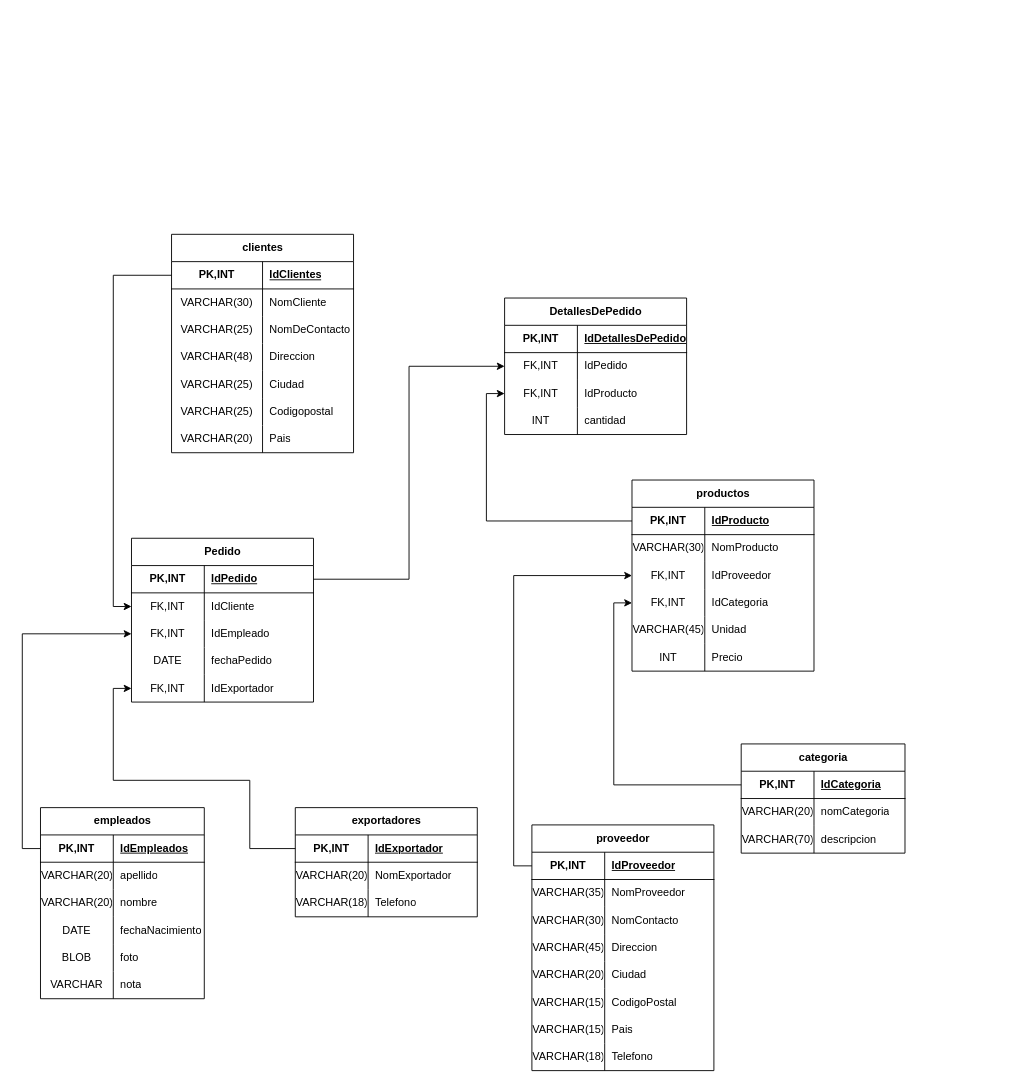
This is Diagrama sin título.drawio from JOSSEyela/practica-final, a draw.io file, before an edit. Source tidied: cells renumbered, new cells numbered last; positions are measured from the earlier drawing's top-left corner, leaving out a move shared by most shapes. Both pictures are drawn from the tidied source at 91%, with x=0, y=0 at pixel (40, 234).
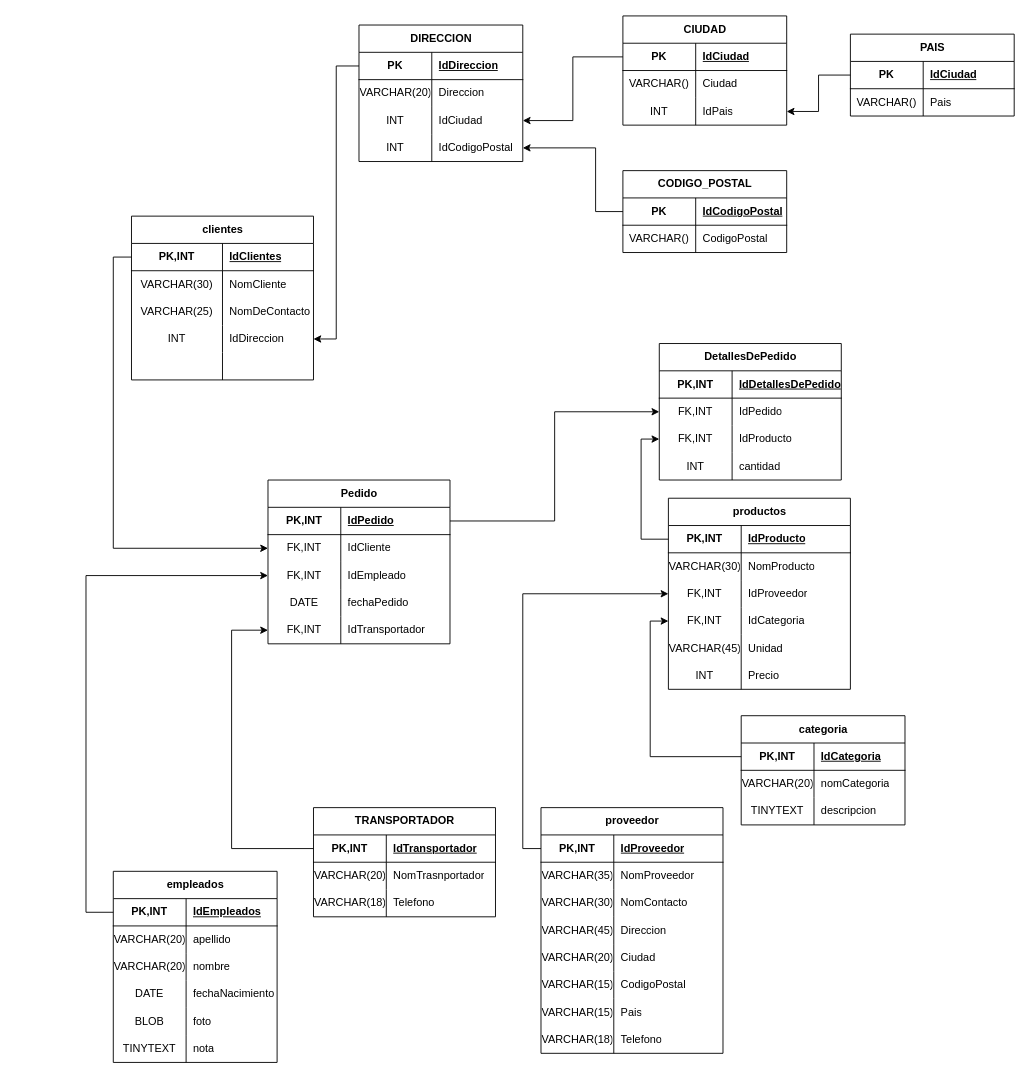
After the change.

The change refers to these unchanged cells:
```xml
<mxCell id="12" style="shape=tableRow;horizontal=0;startSize=0;swimlaneHead=0;swimlaneBody=0;fillColor=none;points=[[0,0.5],[1,0.5]];portConstraint=eastwest;top=0;left=0;right=0;bottom=0;" parent="2" vertex="1">
  <mxGeometry y="120" width="200" height="30" as="geometry" />
</mxCell>
<mxCell id="15" style="shape=tableRow;horizontal=0;startSize=0;swimlaneHead=0;swimlaneBody=0;fillColor=none;top=0;left=0;right=0;bottom=0;" parent="2" vertex="1">
  <mxGeometry y="150" width="200" height="30" as="geometry" />
</mxCell>
<mxCell id="31" style="shape=tableRow;horizontal=0;startSize=0;swimlaneHead=0;swimlaneBody=0;fillColor=none;top=0;left=0;right=0;bottom=0;" parent="24" vertex="1">
  <mxGeometry y="90" width="180" height="30" as="geometry" />
</mxCell>
<mxCell id="35" style="shape=tableRow;horizontal=0;startSize=0;swimlaneHead=0;swimlaneBody=0;fillColor=none;points=[[0,0.5],[1,0.5]];portConstraint=eastwest;top=0;left=0;right=0;bottom=1;" parent="34" vertex="1">
  <mxGeometry y="30" width="180" height="30" as="geometry" />
</mxCell>
<mxCell id="50" style="shape=tableRow;horizontal=0;startSize=0;swimlaneHead=0;swimlaneBody=0;fillColor=none;top=0;left=0;right=0;bottom=0;" parent="34" vertex="1">
  <mxGeometry y="180" width="180" height="30" as="geometry" />
</mxCell>
<mxCell id="73" style="shape=tableRow;horizontal=0;startSize=0;swimlaneHead=0;swimlaneBody=0;fillColor=none;points=[[0,0.5],[1,0.5]];portConstraint=eastwest;top=0;left=0;right=0;bottom=0;" parent="66" vertex="1">
  <mxGeometry y="90" width="200" height="30" as="geometry" />
</mxCell>
<mxCell id="79" style="shape=tableRow;horizontal=0;startSize=0;swimlaneHead=0;swimlaneBody=0;fillColor=none;points=[[0,0.5],[1,0.5]];portConstraint=eastwest;top=0;left=0;right=0;bottom=0;" parent="66" vertex="1">
  <mxGeometry y="150" width="200" height="30" as="geometry" />
</mxCell>
<mxCell id="102" style="shape=tableRow;horizontal=0;startSize=0;swimlaneHead=0;swimlaneBody=0;fillColor=none;points=[[0,0.5],[1,0.5]];portConstraint=eastwest;top=0;left=0;right=0;bottom=1;" parent="101" vertex="1">
  <mxGeometry y="30" width="200" height="30" as="geometry" />
</mxCell>
<mxCell id="105" style="shape=tableRow;horizontal=0;startSize=0;swimlaneHead=0;swimlaneBody=0;fillColor=none;top=0;left=0;right=0;bottom=0;" parent="101" vertex="1">
  <mxGeometry y="60" width="200" height="30" as="geometry" />
</mxCell>
```

What changed in the source:
```diff
@@
     <mxCell id="2" value="clientes" style="shape=table;startSize=30;childLayout=tableLayout;rowLines=0;fontStyle=1;align=center;html=1;" parent="1" vertex="1">
-      <mxGeometry x="144" width="200" height="240" as="geometry" />
+      <mxGeometry x="100" y="-20" width="200" height="180" as="geometry" />
     </mxCell>
@@
-    <mxCell id="13" value="VARCHAR(48)" style="shape=partialRectangle;fillColor=none;top=0;left=0;bottom=0;right=0;overflow=hidden;whiteSpace=wrap;html=1;" parent="12" vertex="1">
+    <mxCell id="13" value="INT" style="shape=partialRectangle;fillColor=none;top=0;left=0;bottom=0;right=0;overflow=hidden;whiteSpace=wrap;html=1;" parent="12" vertex="1">
       <mxGeometry width="100" height="30" as="geometry" />
     </mxCell>
-    <mxCell id="14" value="Direccion" style="shape=partialRectangle;fillColor=none;top=0;left=0;bottom=0;right=0;align=left;spacingLeft=6;overflow=hidden;whiteSpace=wrap;html=1;" parent="12" vertex="1">
+    <mxCell id="14" value="IdDireccion" style="shape=partialRectangle;fillColor=none;top=0;left=0;bottom=0;right=0;align=left;spacingLeft=6;overflow=hidden;whiteSpace=wrap;html=1;" parent="12" vertex="1">
       <mxGeometry x="100" width="100" height="30" as="geometry" />
     </mxCell>
@@
-    <mxCell id="16" value="VARCHAR(25)" style="shape=partialRectangle;fillColor=none;top=0;left=0;bottom=0;right=0;overflow=hidden;whiteSpace=wrap;html=1;" parent="15" vertex="1">
+    <mxCell id="16" style="shape=partialRectangle;fillColor=none;top=0;left=0;bottom=0;right=0;overflow=hidden;whiteSpace=wrap;html=1;" parent="15" vertex="1">
       <mxGeometry width="100" height="30" as="geometry" />
     </mxCell>
-    <mxCell id="17" value="Ciudad" style="shape=partialRectangle;fillColor=none;top=0;left=0;bottom=0;right=0;align=left;spacingLeft=6;overflow=hidden;whiteSpace=wrap;html=1;" parent="15" vertex="1">
+    <mxCell id="17" style="shape=partialRectangle;fillColor=none;top=0;left=0;bottom=0;right=0;align=left;spacingLeft=6;overflow=hidden;whiteSpace=wrap;html=1;" parent="15" vertex="1">
       <mxGeometry x="100" width="100" height="30" as="geometry" />
     </mxCell>
-    <mxCell id="18" style="shape=tableRow;horizontal=0;startSize=0;swimlaneHead=0;swimlaneBody=0;fillColor=none;top=0;left=0;right=0;bottom=0;" parent="2" vertex="1">
-      <mxGeometry y="180" width="200" height="30" as="geometry" />
-    </mxCell>
-    <mxCell id="19" value="VARCHAR(25)" style="shape=partialRectangle;fillColor=none;top=0;left=0;bottom=0;right=0;overflow=hidden;whiteSpace=wrap;html=1;" parent="18" vertex="1">
-      <mxGeometry width="100" height="30" as="geometry" />
-    </mxCell>
-    <mxCell id="20" value="Codigopostal" style="shape=partialRectangle;fillColor=none;top=0;left=0;bottom=0;right=0;align=left;spacingLeft=6;overflow=hidden;whiteSpace=wrap;html=1;" parent="18" vertex="1">
-      <mxGeometry x="100" width="100" height="30" as="geometry" />
-    </mxCell>
-    <mxCell id="21" style="shape=tableRow;horizontal=0;startSize=0;swimlaneHead=0;swimlaneBody=0;fillColor=none;top=0;left=0;right=0;bottom=0;" parent="2" vertex="1">
-      <mxGeometry y="210" width="200" height="30" as="geometry" />
-    </mxCell>
-    <mxCell id="22" value="VARCHAR(20)" style="shape=partialRectangle;fillColor=none;top=0;left=0;bottom=0;right=0;overflow=hidden;whiteSpace=wrap;html=1;" parent="21" vertex="1">
-      <mxGeometry width="100" height="30" as="geometry" />
-    </mxCell>
-    <mxCell id="23" value="Pais" style="shape=partialRectangle;fillColor=none;top=0;left=0;bottom=0;right=0;align=left;spacingLeft=6;overflow=hidden;whiteSpace=wrap;html=1;" parent="21" vertex="1">
-      <mxGeometry x="100" width="100" height="30" as="geometry" />
-    </mxCell>
     <mxCell id="24" value="categoria" style="shape=table;startSize=30;childLayout=tableLayout;rowLines=0;fontStyle=1;align=center;html=1;" parent="1" vertex="1">
-      <mxGeometry x="770" y="560" width="180" height="120" as="geometry" />
+      <mxGeometry x="770" y="529" width="180" height="120" as="geometry" />
     </mxCell>
@@
-    <mxCell id="32" value="VARCHAR(70)" style="shape=partialRectangle;fillColor=none;top=0;left=0;bottom=0;right=0;overflow=hidden;whiteSpace=wrap;html=1;" parent="31" vertex="1">
+    <mxCell id="32" value="TINYTEXT" style="shape=partialRectangle;fillColor=none;top=0;left=0;bottom=0;right=0;overflow=hidden;whiteSpace=wrap;html=1;" parent="31" vertex="1">
       <mxGeometry width="80" height="30" as="geometry" />
     </mxCell>
@@
     <mxCell id="34" value="empleados" style="shape=table;startSize=30;childLayout=tableLayout;rowLines=0;fontStyle=1;align=center;html=1;" parent="1" vertex="1">
-      <mxGeometry y="630" width="180" height="210" as="geometry" />
+      <mxGeometry x="80" y="700" width="180" height="210" as="geometry" />
     </mxCell>
@@
-    <mxCell id="51" value="VARCHAR" style="shape=partialRectangle;fillColor=none;top=0;left=0;bottom=0;right=0;overflow=hidden;whiteSpace=wrap;html=1;" parent="50" vertex="1">
+    <mxCell id="51" value="TINYTEXT" style="shape=partialRectangle;fillColor=none;top=0;left=0;bottom=0;right=0;overflow=hidden;whiteSpace=wrap;html=1;" parent="50" vertex="1">
       <mxGeometry width="80" height="30" as="geometry" />
     </mxCell>
@@
     <mxCell id="53" value="DetallesDePedido" style="shape=table;startSize=30;childLayout=tableLayout;rowLines=0;fontStyle=1;align=center;html=1;" parent="1" vertex="1">
-      <mxGeometry x="510" y="70" width="200" height="150" as="geometry" />
+      <mxGeometry x="680" y="120" width="200" height="150" as="geometry" />
     </mxCell>
@@
     <mxCell id="66" value="Pedido" style="shape=table;startSize=30;childLayout=tableLayout;rowLines=0;fontStyle=1;align=center;html=1;" parent="1" vertex="1">
-      <mxGeometry x="100" y="334" width="200" height="180" as="geometry" />
+      <mxGeometry x="250" y="270" width="200" height="180" as="geometry" />
     </mxCell>
@@
-    <mxCell id="81" value="IdExportador" style="shape=partialRectangle;fillColor=none;top=0;left=0;bottom=0;right=0;align=left;spacingLeft=6;overflow=hidden;whiteSpace=wrap;html=1;" parent="79" vertex="1">
+    <mxCell id="81" value="IdTransportador" style="shape=partialRectangle;fillColor=none;top=0;left=0;bottom=0;right=0;align=left;spacingLeft=6;overflow=hidden;whiteSpace=wrap;html=1;" parent="79" vertex="1">
       <mxGeometry x="80" width="120" height="30" as="geometry" />
     </mxCell>
     <mxCell id="82" value="productos" style="shape=table;startSize=30;childLayout=tableLayout;rowLines=0;fontStyle=1;align=center;html=1;" parent="1" vertex="1">
-      <mxGeometry x="650" y="270" width="200" height="210" as="geometry" />
+      <mxGeometry x="690" y="290" width="200" height="210" as="geometry" />
     </mxCell>
@@
-    <mxCell id="101" value="exportadores" style="shape=table;startSize=30;childLayout=tableLayout;rowLines=0;fontStyle=1;align=center;html=1;" parent="1" vertex="1">
-      <mxGeometry x="280" y="630" width="200" height="120" as="geometry" />
+    <mxCell id="101" value="TRANSPORTADOR" style="shape=table;startSize=30;childLayout=tableLayout;rowLines=0;fontStyle=1;align=center;html=1;" parent="1" vertex="1">
+      <mxGeometry x="300" y="630" width="200" height="120" as="geometry" />
     </mxCell>
@@
-    <mxCell id="104" value="IdExportador" style="shape=partialRectangle;fillColor=none;top=0;left=0;bottom=0;right=0;align=left;spacingLeft=6;fontStyle=5;overflow=hidden;whiteSpace=wrap;html=1;" parent="102" vertex="1">
+    <mxCell id="104" value="IdTransportador" style="shape=partialRectangle;fillColor=none;top=0;left=0;bottom=0;right=0;align=left;spacingLeft=6;fontStyle=5;overflow=hidden;whiteSpace=wrap;html=1;" parent="102" vertex="1">
       <mxGeometry x="80" width="120" height="30" as="geometry" />
     </mxCell>
@@
-    <mxCell id="107" value="NomExportador" style="shape=partialRectangle;fillColor=none;top=0;left=0;bottom=0;right=0;align=left;spacingLeft=6;overflow=hidden;whiteSpace=wrap;html=1;" parent="105" vertex="1">
+    <mxCell id="107" value="NomTrasnportador" style="shape=partialRectangle;fillColor=none;top=0;left=0;bottom=0;right=0;align=left;spacingLeft=6;overflow=hidden;whiteSpace=wrap;html=1;" parent="105" vertex="1">
       <mxGeometry x="80" width="120" height="30" as="geometry" />
     </mxCell>
@@
     <mxCell id="111" value="proveedor" style="shape=table;startSize=30;childLayout=tableLayout;rowLines=0;fontStyle=1;align=center;html=1;" parent="1" vertex="1">
-      <mxGeometry x="540" y="649" width="200" height="270" as="geometry" />
+      <mxGeometry x="550" y="630" width="200" height="270" as="geometry" />
     </mxCell>
@@
     <mxCell id="137" style="edgeStyle=orthogonalEdgeStyle;rounded=0;jettySize=auto;html=1;exitX=0;exitY=0.5;exitDx=0;exitDy=0;entryX=0;entryY=0.5;entryDx=0;entryDy=0;" parent="1" edge="1" source="35" target="73">
-      <mxGeometry relative="1" as="geometry" />
+      <mxGeometry relative="1" as="geometry">
+        <Array as="points">
+          <mxPoint x="50" y="745" />
+          <mxPoint x="50" y="375" />
+        </Array>
+      </mxGeometry>
     </mxCell>
     <mxCell id="138" style="edgeStyle=orthogonalEdgeStyle;rounded=0;jettySize=auto;html=1;exitX=0;exitY=0.5;exitDx=0;exitDy=0;entryX=0;entryY=0.5;entryDx=0;entryDy=0;" parent="1" edge="1" source="102" target="79">
       <mxGeometry relative="1" as="geometry">
         <Array as="points">
-          <mxPoint x="230" y="675" />
-          <mxPoint x="230" y="600" />
-          <mxPoint x="80" y="600" />
-          <mxPoint x="80" y="499" />
+          <mxPoint x="210" y="675" />
+          <mxPoint x="210" y="435" />
         </Array>
       </mxGeometry>
     </mxCell>
@@
+    <mxCell id="143" value="CIUDAD" style="shape=table;startSize=30;childLayout=tableLayout;rowLines=0;fontStyle=1;align=center;html=1;" parent="1" vertex="1">
+      <mxGeometry x="640" y="-240" width="180" height="120" as="geometry" />
+    </mxCell>
+    <mxCell id="144" style="shape=tableRow;horizontal=0;startSize=0;swimlaneHead=0;swimlaneBody=0;fillColor=none;points=[[0,0.5],[1,0.5]];portConstraint=eastwest;top=0;left=0;right=0;bottom=1;" parent="143" vertex="1">
+      <mxGeometry y="30" width="180" height="30" as="geometry" />
+    </mxCell>
+    <mxCell id="145" value="PK" style="shape=partialRectangle;fillColor=none;top=0;left=0;bottom=0;right=0;fontStyle=1;overflow=hidden;whiteSpace=wrap;html=1;" parent="144" vertex="1">
+      <mxGeometry width="80" height="30" as="geometry" />
+    </mxCell>
+    <mxCell id="146" value="IdCiudad" style="shape=partialRectangle;fillColor=none;top=0;left=0;bottom=0;right=0;align=left;spacingLeft=6;fontStyle=5;overflow=hidden;whiteSpace=wrap;html=1;" parent="144" vertex="1">
+      <mxGeometry x="80" width="100" height="30" as="geometry" />
+    </mxCell>
+    <mxCell id="147" style="shape=tableRow;horizontal=0;startSize=0;swimlaneHead=0;swimlaneBody=0;fillColor=none;top=0;left=0;right=0;bottom=0;" parent="143" vertex="1">
+      <mxGeometry y="60" width="180" height="30" as="geometry" />
+    </mxCell>
+    <mxCell id="148" value="VARCHAR()" style="shape=partialRectangle;fillColor=none;top=0;left=0;bottom=0;right=0;overflow=hidden;whiteSpace=wrap;html=1;" parent="147" vertex="1">
+      <mxGeometry width="80" height="30" as="geometry" />
+    </mxCell>
+    <mxCell id="149" value="Ciudad" style="shape=partialRectangle;fillColor=none;top=0;left=0;bottom=0;right=0;align=left;spacingLeft=6;overflow=hidden;whiteSpace=wrap;html=1;" parent="147" vertex="1">
+      <mxGeometry x="80" width="100" height="30" as="geometry" />
+    </mxCell>
+    <mxCell id="150" style="shape=tableRow;horizontal=0;startSize=0;swimlaneHead=0;swimlaneBody=0;fillColor=none;points=[[0,0.5],[1,0.5]];portConstraint=eastwest;top=0;left=0;right=0;bottom=0;" parent="143" vertex="1">
+      <mxGeometry y="90" width="180" height="30" as="geometry" />
+    </mxCell>
+    <mxCell id="151" value="INT" style="shape=partialRectangle;fillColor=none;top=0;left=0;bottom=0;right=0;overflow=hidden;whiteSpace=wrap;html=1;" parent="150" vertex="1">
+      <mxGeometry width="80" height="30" as="geometry" />
+    </mxCell>
+    <mxCell id="152" value="IdPais" style="shape=partialRectangle;fillColor=none;top=0;left=0;bottom=0;right=0;align=left;spacingLeft=6;overflow=hidden;whiteSpace=wrap;html=1;" parent="150" vertex="1">
+      <mxGeometry x="80" width="100" height="30" as="geometry" />
+    </mxCell>
+    <mxCell id="153" style="edgeStyle=orthogonalEdgeStyle;rounded=0;jettySize=auto;html=1;entryX=1;entryY=0.5;entryDx=0;entryDy=0;" parent="1" edge="1" source="154" target="150">
+      <mxGeometry relative="1" as="geometry" />
+    </mxCell>
+    <mxCell id="154" value="PAIS" style="shape=table;startSize=30;childLayout=tableLayout;rowLines=0;fontStyle=1;align=center;html=1;" parent="1" vertex="1">
+      <mxGeometry x="890" y="-220" width="180" height="90" as="geometry" />
+    </mxCell>
+    <mxCell id="155" style="shape=tableRow;horizontal=0;startSize=0;swimlaneHead=0;swimlaneBody=0;fillColor=none;top=0;left=0;right=0;bottom=1;" parent="154" vertex="1">
+      <mxGeometry y="30" width="180" height="30" as="geometry" />
+    </mxCell>
+    <mxCell id="156" value="PK" style="shape=partialRectangle;fillColor=none;top=0;left=0;bottom=0;right=0;fontStyle=1;overflow=hidden;whiteSpace=wrap;html=1;" parent="155" vertex="1">
+      <mxGeometry width="80" height="30" as="geometry" />
+    </mxCell>
+    <mxCell id="157" value="IdCiudad" style="shape=partialRectangle;fillColor=none;top=0;left=0;bottom=0;right=0;align=left;spacingLeft=6;fontStyle=5;overflow=hidden;whiteSpace=wrap;html=1;" parent="155" vertex="1">
+      <mxGeometry x="80" width="100" height="30" as="geometry" />
+    </mxCell>
+    <mxCell id="158" style="shape=tableRow;horizontal=0;startSize=0;swimlaneHead=0;swimlaneBody=0;fillColor=none;top=0;left=0;right=0;bottom=0;" parent="154" vertex="1">
+      <mxGeometry y="60" width="180" height="30" as="geometry" />
+    </mxCell>
+    <mxCell id="159" value="VARCHAR()" style="shape=partialRectangle;fillColor=none;top=0;left=0;bottom=0;right=0;overflow=hidden;whiteSpace=wrap;html=1;" parent="158" vertex="1">
+      <mxGeometry width="80" height="30" as="geometry" />
+    </mxCell>
+    <mxCell id="23" value="Pais" style="shape=partialRectangle;fillColor=none;top=0;left=0;bottom=0;right=0;align=left;spacingLeft=6;overflow=hidden;whiteSpace=wrap;html=1;" parent="158" vertex="1">
+      <mxGeometry x="80" width="100" height="30" as="geometry" />
+    </mxCell>
+    <mxCell id="160" value="DIRECCION" style="shape=table;startSize=30;childLayout=tableLayout;rowLines=0;fontStyle=1;align=center;html=1;" parent="1" vertex="1">
+      <mxGeometry x="350" y="-230" width="180" height="150" as="geometry" />
+    </mxCell>
+    <mxCell id="161" style="shape=tableRow;horizontal=0;startSize=0;swimlaneHead=0;swimlaneBody=0;fillColor=none;points=[[0,0.5],[1,0.5]];portConstraint=eastwest;top=0;left=0;right=0;bottom=1;" parent="160" vertex="1">
+      <mxGeometry y="30" width="180" height="30" as="geometry" />
+    </mxCell>
+    <mxCell id="162" value="PK" style="shape=partialRectangle;fillColor=none;top=0;left=0;bottom=0;right=0;fontStyle=1;overflow=hidden;whiteSpace=wrap;html=1;" parent="161" vertex="1">
+      <mxGeometry width="80" height="30" as="geometry" />
+    </mxCell>
+    <mxCell id="163" value="IdDireccion" style="shape=partialRectangle;fillColor=none;top=0;left=0;bottom=0;right=0;align=left;spacingLeft=6;fontStyle=5;overflow=hidden;whiteSpace=wrap;html=1;" parent="161" vertex="1">
+      <mxGeometry x="80" width="100" height="30" as="geometry" />
+    </mxCell>
+    <mxCell id="164" style="shape=tableRow;horizontal=0;startSize=0;swimlaneHead=0;swimlaneBody=0;fillColor=none;top=0;left=0;right=0;bottom=0;" parent="160" vertex="1">
+      <mxGeometry y="60" width="180" height="30" as="geometry" />
+    </mxCell>
+    <mxCell id="22" value="VARCHAR(20)" style="shape=partialRectangle;fillColor=none;top=0;left=0;bottom=0;right=0;overflow=hidden;whiteSpace=wrap;html=1;" parent="164" vertex="1">
+      <mxGeometry width="80" height="30" as="geometry" />
+    </mxCell>
+    <mxCell id="165" value="Direccion" style="shape=partialRectangle;fillColor=none;top=0;left=0;bottom=0;right=0;align=left;spacingLeft=6;overflow=hidden;whiteSpace=wrap;html=1;" parent="164" vertex="1">
+      <mxGeometry x="80" width="100" height="30" as="geometry" />
+    </mxCell>
+    <mxCell id="166" style="shape=tableRow;horizontal=0;startSize=0;swimlaneHead=0;swimlaneBody=0;fillColor=none;points=[[0,0.5],[1,0.5]];portConstraint=eastwest;top=0;left=0;right=0;bottom=0;" parent="160" vertex="1">
+      <mxGeometry y="90" width="180" height="30" as="geometry" />
+    </mxCell>
+    <mxCell id="167" value="INT" style="shape=partialRectangle;fillColor=none;top=0;left=0;bottom=0;right=0;overflow=hidden;whiteSpace=wrap;html=1;" parent="166" vertex="1">
+      <mxGeometry width="80" height="30" as="geometry" />
+    </mxCell>
+    <mxCell id="168" value="IdCiudad" style="shape=partialRectangle;fillColor=none;top=0;left=0;bottom=0;right=0;align=left;spacingLeft=6;overflow=hidden;whiteSpace=wrap;html=1;" parent="166" vertex="1">
+      <mxGeometry x="80" width="100" height="30" as="geometry" />
+    </mxCell>
+    <mxCell id="169" style="shape=tableRow;horizontal=0;startSize=0;swimlaneHead=0;swimlaneBody=0;fillColor=none;points=[[0,0.5],[1,0.5]];portConstraint=eastwest;top=0;left=0;right=0;bottom=0;" parent="160" vertex="1">
+      <mxGeometry y="120" width="180" height="30" as="geometry" />
+    </mxCell>
+    <mxCell id="170" value="INT" style="shape=partialRectangle;fillColor=none;top=0;left=0;bottom=0;right=0;overflow=hidden;whiteSpace=wrap;html=1;" parent="169" vertex="1">
+      <mxGeometry width="80" height="30" as="geometry" />
+    </mxCell>
+    <mxCell id="171" value="IdCodigoPostal" style="shape=partialRectangle;fillColor=none;top=0;left=0;bottom=0;right=0;align=left;spacingLeft=6;overflow=hidden;whiteSpace=wrap;html=1;" parent="169" vertex="1">
+      <mxGeometry x="80" width="100" height="30" as="geometry" />
+    </mxCell>
+    <mxCell id="172" value="CODIGO_POSTAL" style="shape=table;startSize=30;childLayout=tableLayout;rowLines=0;fontStyle=1;align=center;html=1;" parent="1" vertex="1">
+      <mxGeometry x="640" y="-70" width="180" height="90" as="geometry" />
+    </mxCell>
+    <mxCell id="173" style="shape=tableRow;horizontal=0;startSize=0;swimlaneHead=0;swimlaneBody=0;fillColor=none;points=[[0,0.5],[1,0.5]];portConstraint=eastwest;top=0;left=0;right=0;bottom=1;" parent="172" vertex="1">
+      <mxGeometry y="30" width="180" height="30" as="geometry" />
+    </mxCell>
+    <mxCell id="174" value="PK" style="shape=partialRectangle;fillColor=none;top=0;left=0;bottom=0;right=0;fontStyle=1;overflow=hidden;whiteSpace=wrap;html=1;" parent="173" vertex="1">
+      <mxGeometry width="80" height="30" as="geometry" />
+    </mxCell>
+    <mxCell id="175" value="IdCodigoPostal" style="shape=partialRectangle;fillColor=none;top=0;left=0;bottom=0;right=0;align=left;spacingLeft=6;fontStyle=5;overflow=hidden;whiteSpace=wrap;html=1;" parent="173" vertex="1">
+      <mxGeometry x="80" width="100" height="30" as="geometry" />
+    </mxCell>
+    <mxCell id="176" style="shape=tableRow;horizontal=0;startSize=0;swimlaneHead=0;swimlaneBody=0;fillColor=none;top=0;left=0;right=0;bottom=0;" parent="172" vertex="1">
+      <mxGeometry y="60" width="180" height="30" as="geometry" />
+    </mxCell>
+    <mxCell id="177" value="VARCHAR()" style="shape=partialRectangle;fillColor=none;top=0;left=0;bottom=0;right=0;overflow=hidden;whiteSpace=wrap;html=1;" parent="176" vertex="1">
+      <mxGeometry width="80" height="30" as="geometry" />
+    </mxCell>
+    <mxCell id="178" value="CodigoPostal" style="shape=partialRectangle;fillColor=none;top=0;left=0;bottom=0;right=0;align=left;spacingLeft=6;overflow=hidden;whiteSpace=wrap;html=1;" parent="176" vertex="1">
+      <mxGeometry x="80" width="100" height="30" as="geometry" />
+    </mxCell>
+    <mxCell id="179" style="edgeStyle=orthogonalEdgeStyle;rounded=0;jettySize=auto;html=1;exitX=0;exitY=0.5;exitDx=0;exitDy=0;entryX=1;entryY=0.5;entryDx=0;entryDy=0;" parent="1" edge="1" source="173" target="169">
+      <mxGeometry relative="1" as="geometry">
+        <Array as="points">
+          <mxPoint x="610" y="-25" />
+          <mxPoint x="610" y="-95" />
+        </Array>
+      </mxGeometry>
+    </mxCell>
+    <mxCell id="180" style="edgeStyle=orthogonalEdgeStyle;rounded=0;jettySize=auto;html=1;exitX=0;exitY=0.5;exitDx=0;exitDy=0;entryX=1;entryY=0.5;entryDx=0;entryDy=0;" parent="1" edge="1" source="144" target="166">
+      <mxGeometry relative="1" as="geometry" />
+    </mxCell>
+    <mxCell id="181" style="edgeStyle=orthogonalEdgeStyle;rounded=0;jettySize=auto;html=1;exitX=0;exitY=0.5;exitDx=0;exitDy=0;entryX=1;entryY=0.5;entryDx=0;entryDy=0;" parent="1" edge="1" source="161" target="12">
+      <mxGeometry relative="1" as="geometry" />
+    </mxCell>
```
